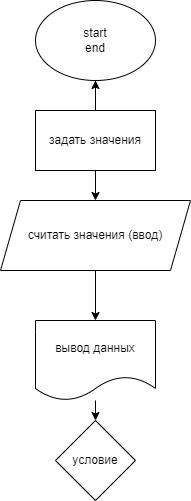
Earlier version of the draw.io export xooo.drawio.png (xadea/practice). Source tidied: cells renumbered, new cells last; positions are measured from the earlier drawing's top-left corner, leaving out a move shared by most shapes. The source it was exported from:
```xml
<mxGraphModel>
  <root>
    <mxCell id="0" />
    <mxCell id="1" parent="0" />
    <mxCell id="2" style="edgeStyle=none;html=1;startArrow=none;" parent="1" edge="1" source="7" target="5">
      <mxGeometry relative="1" as="geometry" />
    </mxCell>
    <mxCell id="3" value="start&lt;br&gt;end" style="ellipse;whiteSpace=wrap;html=1;" parent="1" vertex="1">
      <mxGeometry x="35" width="120" height="80" as="geometry" />
    </mxCell>
    <mxCell id="4" style="edgeStyle=none;html=1;" parent="1" edge="1" source="5" target="10">
      <mxGeometry relative="1" as="geometry" />
    </mxCell>
    <mxCell id="5" value="считать значения (ввод)&lt;br&gt;" style="shape=parallelogram;perimeter=parallelogramPerimeter;whiteSpace=wrap;html=1;fixedSize=1;" parent="1" vertex="1">
      <mxGeometry y="200" width="190" height="70" as="geometry" />
    </mxCell>
    <mxCell id="6" style="edgeStyle=none;html=1;" parent="1" edge="1" source="7" target="3">
      <mxGeometry relative="1" as="geometry" />
    </mxCell>
    <mxCell id="7" value="задать значения" style="rounded=0;whiteSpace=wrap;html=1;" parent="1" vertex="1">
      <mxGeometry x="35" y="110" width="120" height="60" as="geometry" />
    </mxCell>
    <mxCell id="8" style="edgeStyle=none;html=1;endArrow=none;" parent="1" edge="1" source="3" target="7">
      <mxGeometry relative="1" as="geometry" />
    </mxCell>
    <mxCell id="9" style="edgeStyle=none;html=1;" parent="1" edge="1" source="10" target="11">
      <mxGeometry relative="1" as="geometry" />
    </mxCell>
    <mxCell id="10" value="вывод данных" style="shape=document;whiteSpace=wrap;html=1;boundedLbl=1;" parent="1" vertex="1">
      <mxGeometry x="35" y="320" width="120" height="80" as="geometry" />
    </mxCell>
    <mxCell id="11" value="условие" style="rhombus;whiteSpace=wrap;html=1;" parent="1" vertex="1">
      <mxGeometry x="55" y="420" width="80" height="80" as="geometry" />
    </mxCell>
  </root>
</mxGraphModel>
```
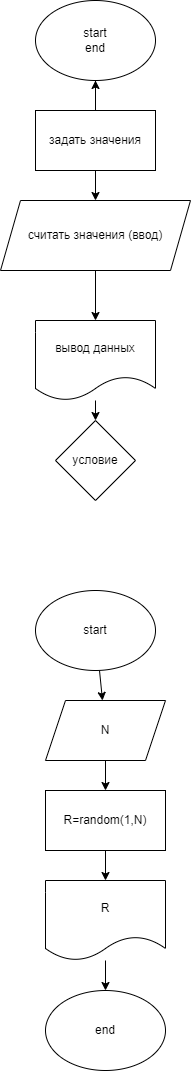
After the commit.

The edit, as a diff of the source:
```diff
@@ -32,5 +32,32 @@
     <mxCell id="11" value="условие" style="rhombus;whiteSpace=wrap;html=1;" parent="1" vertex="1">
       <mxGeometry x="55" y="420" width="80" height="80" as="geometry" />
     </mxCell>
+    <mxCell id="12" style="edgeStyle=none;html=1;" parent="1" edge="1" source="13" target="15">
+      <mxGeometry relative="1" as="geometry" />
+    </mxCell>
+    <mxCell id="13" value="start" style="ellipse;whiteSpace=wrap;html=1;" parent="1" vertex="1">
+      <mxGeometry x="35" y="590" width="120" height="80" as="geometry" />
+    </mxCell>
+    <mxCell id="14" style="edgeStyle=none;html=1;" parent="1" edge="1" source="15" target="17">
+      <mxGeometry relative="1" as="geometry" />
+    </mxCell>
+    <mxCell id="15" value="N" style="shape=parallelogram;perimeter=parallelogramPerimeter;whiteSpace=wrap;html=1;fixedSize=1;" parent="1" vertex="1">
+      <mxGeometry x="45" y="700" width="120" height="60" as="geometry" />
+    </mxCell>
+    <mxCell id="16" style="edgeStyle=none;html=1;" parent="1" edge="1" source="17" target="20">
+      <mxGeometry relative="1" as="geometry" />
+    </mxCell>
+    <mxCell id="17" value="R=random(1,N)" style="rounded=0;whiteSpace=wrap;html=1;" parent="1" vertex="1">
+      <mxGeometry x="45" y="790" width="120" height="60" as="geometry" />
+    </mxCell>
+    <mxCell id="18" value="end" style="ellipse;whiteSpace=wrap;html=1;" parent="1" vertex="1">
+      <mxGeometry x="45" y="990" width="120" height="80" as="geometry" />
+    </mxCell>
+    <mxCell id="19" style="edgeStyle=none;html=1;" parent="1" edge="1" source="20" target="18">
+      <mxGeometry relative="1" as="geometry" />
+    </mxCell>
+    <mxCell id="20" value="R" style="shape=document;whiteSpace=wrap;html=1;boundedLbl=1;" parent="1" vertex="1">
+      <mxGeometry x="45" y="880" width="120" height="80" as="geometry" />
+    </mxCell>
   </root>
 </mxGraphModel>
```
